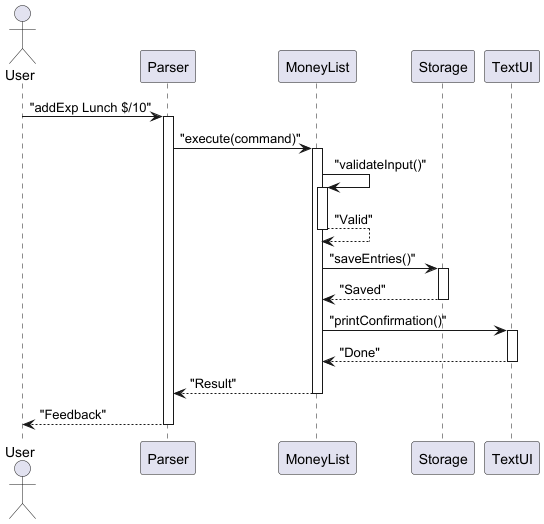
Earlier version of the PlantUML export docs/diagrams/MoneyList_Seq.png (EdwinTun98/tp).
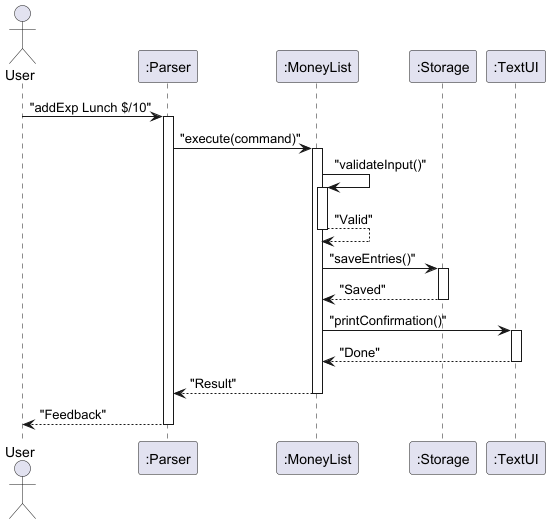
Above is the later version.

What changed in the source:
```diff
@@ -1,9 +1,9 @@
 @startuml MoneyList_Sequence_Fixed
 actor User
-participant Parser
-participant MoneyList
-participant Storage
-participant TextUI
+participant Parser as ":Parser"
+participant MoneyList as ":MoneyList"
+participant Storage as ":Storage"
+participant TextUI as ":TextUI"
 
 User -> Parser : "addExp Lunch $/10"
 activate Parser
```
